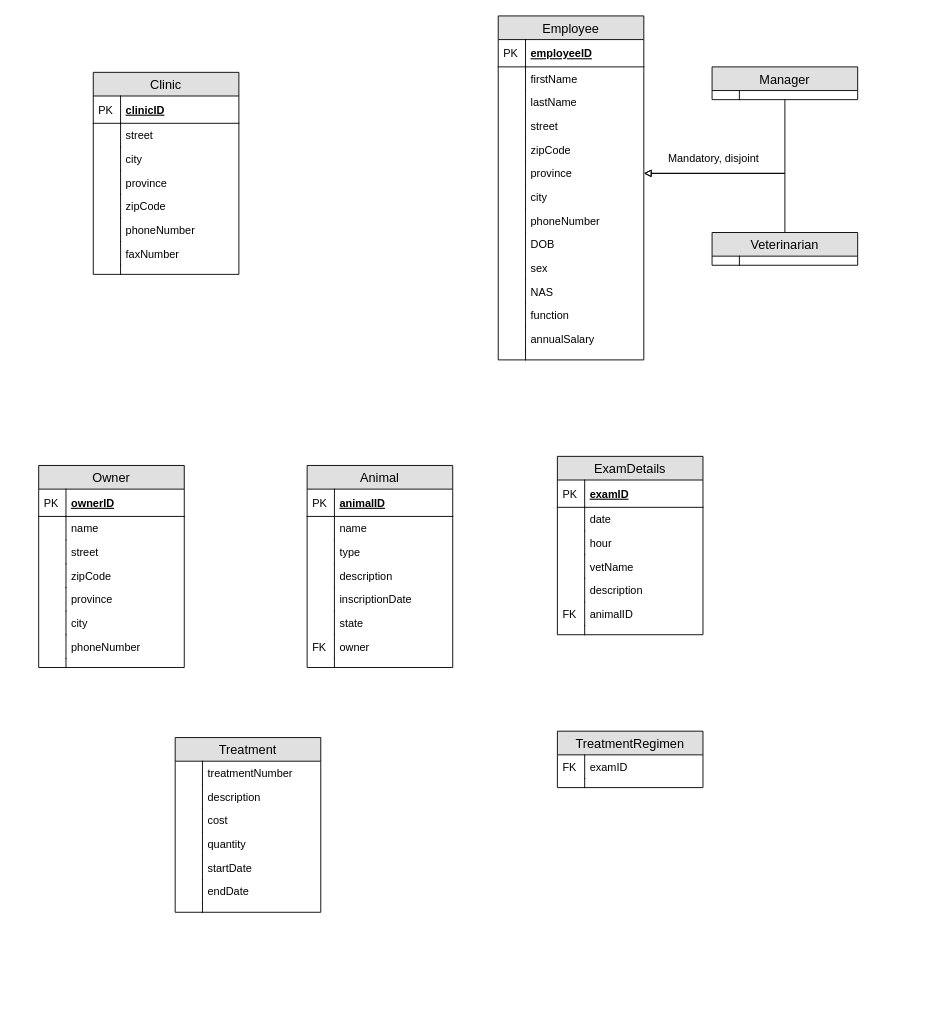
The draw.io diagram tp5/tp5_UML.drawio in gabrielhv/INF3710, before the edit. Source tidied: cells renumbered, new cells numbered last; positions are measured from the earlier drawing's top-left corner, leaving out a move shared by most shapes. Both pictures are drawn from the tidied source at 91%, with x=0, y=0 at pixel (38, 15).
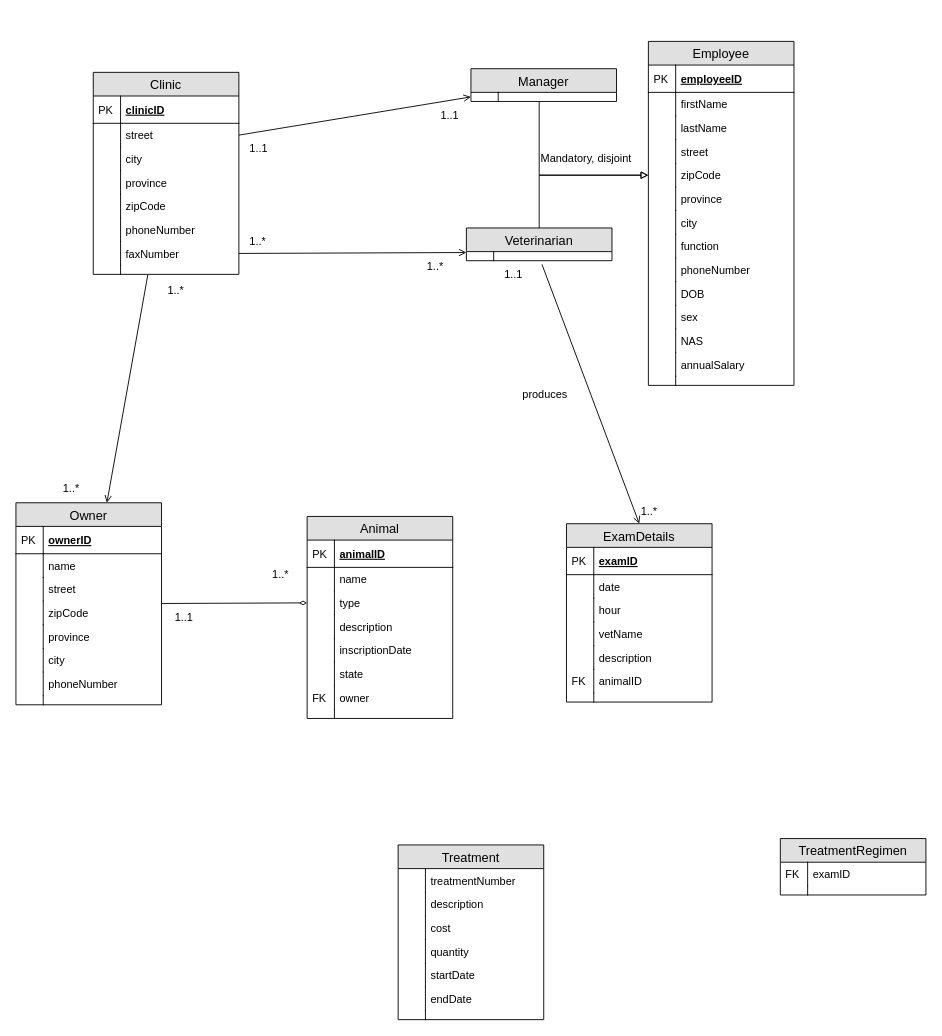
After the change.

Unchanged cells that the change refers to:
```xml
<mxCell id="2" value="Clinic" style="swimlane;fontStyle=0;horizontal=1;startSize=26;fillColor=#e0e0e0;swimlaneFillColor=#ffffff;align=center;fontSize=14;" parent="1" vertex="1">
  <mxGeometry x="60" y="62" width="160" height="222" as="geometry" />
</mxCell>
<mxCell id="5" value="street" style="shape=partialRectangle;top=0;left=0;right=0;bottom=0;align=left;verticalAlign=top;fillColor=none;spacingLeft=34;spacingRight=4;overflow=hidden;points=[[0,0.5],[1,0.5]];portConstraint=eastwest;fontSize=12;" parent="2" vertex="1">
  <mxGeometry y="56" width="160" height="26" as="geometry" />
</mxCell>
<mxCell id="15" value="faxNumber" style="shape=partialRectangle;top=0;left=0;right=0;bottom=0;align=left;verticalAlign=top;fillColor=none;spacingLeft=34;spacingRight=4;overflow=hidden;points=[[0,0.5],[1,0.5]];portConstraint=eastwest;fontSize=12;" parent="2" vertex="1">
  <mxGeometry y="186" width="160" height="26" as="geometry" />
</mxCell>
<mxCell id="28" value="zipCode" style="shape=partialRectangle;top=0;left=0;right=0;bottom=0;align=left;verticalAlign=top;fillColor=none;spacingLeft=34;spacingRight=4;overflow=hidden;points=[[0,0.5],[1,0.5]];portConstraint=eastwest;fontSize=12;" parent="19" vertex="1">
  <mxGeometry y="134" width="160" height="26" as="geometry" />
</mxCell>
<mxCell id="30" value="province" style="shape=partialRectangle;top=0;left=0;right=0;bottom=0;align=left;verticalAlign=top;fillColor=none;spacingLeft=34;spacingRight=4;overflow=hidden;points=[[0,0.5],[1,0.5]];portConstraint=eastwest;fontSize=12;" parent="19" vertex="1">
  <mxGeometry y="160" width="160" height="26" as="geometry" />
</mxCell>
<mxCell id="70" value="type" style="shape=partialRectangle;top=0;left=0;right=0;bottom=0;align=left;verticalAlign=top;fillColor=none;spacingLeft=34;spacingRight=4;overflow=hidden;points=[[0,0.5],[1,0.5]];portConstraint=eastwest;fontSize=12;" parent="65" vertex="1">
  <mxGeometry y="82" width="160" height="26" as="geometry" />
</mxCell>
<mxCell id="118" style="shape=partialRectangle;top=0;left=0;right=0;bottom=0;align=left;verticalAlign=top;fillColor=none;spacingLeft=34;spacingRight=4;overflow=hidden;points=[[0,0.5],[1,0.5]];portConstraint=eastwest;fontSize=12;" parent="117" vertex="1">
  <mxGeometry y="26" width="160" height="10" as="geometry" />
</mxCell>
<mxCell id="122" style="shape=partialRectangle;top=0;left=0;right=0;bottom=0;align=left;verticalAlign=top;fillColor=none;spacingLeft=34;spacingRight=4;overflow=hidden;points=[[0,0.5],[1,0.5]];portConstraint=eastwest;fontSize=12;" parent="121" vertex="1">
  <mxGeometry y="26" width="160" height="10" as="geometry" />
</mxCell>
```

What changed in the source:
```diff
@@
+    <mxCell id="126" style="rounded=0;jettySize=auto;html=1;endArrow=open;endFill=0;" parent="1" edge="1" source="2" target="48">
+      <mxGeometry relative="1" as="geometry" />
+    </mxCell>
@@
     <mxCell id="19" value="Employee" style="swimlane;fontStyle=0;horizontal=1;startSize=26;fillColor=#e0e0e0;swimlaneFillColor=#ffffff;align=center;fontSize=14;" parent="1" vertex="1">
-      <mxGeometry x="505" width="160" height="378" as="geometry" />
+      <mxGeometry x="670" y="28" width="160" height="378" as="geometry" />
     </mxCell>
@@
+    <mxCell id="42" value="function" style="shape=partialRectangle;top=0;left=0;right=0;bottom=0;align=left;verticalAlign=top;fillColor=none;spacingLeft=34;spacingRight=4;overflow=hidden;fontSize=12;" parent="19" vertex="1">
+      <mxGeometry y="212" width="160" height="26" as="geometry" />
+    </mxCell>
+    <mxCell id="43" style="shape=partialRectangle;top=0;left=0;bottom=0;fillColor=none;align=left;verticalAlign=top;spacingLeft=4;spacingRight=4;overflow=hidden;fontSize=12;" parent="42" vertex="1">
+      <mxGeometry width="30" height="26" as="geometry" />
+    </mxCell>
     <mxCell id="34" value="phoneNumber" style="shape=partialRectangle;top=0;left=0;right=0;bottom=0;align=left;verticalAlign=top;fillColor=none;spacingLeft=34;spacingRight=4;overflow=hidden;fontSize=12;" parent="19" vertex="1">
-      <mxGeometry y="212" width="160" height="26" as="geometry" />
+      <mxGeometry y="238" width="160" height="26" as="geometry" />
     </mxCell>
@@
     <mxCell id="36" value="DOB" style="shape=partialRectangle;top=0;left=0;right=0;bottom=0;align=left;verticalAlign=top;fillColor=none;spacingLeft=34;spacingRight=4;overflow=hidden;fontSize=12;" parent="19" vertex="1">
-      <mxGeometry y="238" width="160" height="26" as="geometry" />
+      <mxGeometry y="264" width="160" height="26" as="geometry" />
     </mxCell>
@@
     <mxCell id="38" value="sex" style="shape=partialRectangle;top=0;left=0;right=0;bottom=0;align=left;verticalAlign=top;fillColor=none;spacingLeft=34;spacingRight=4;overflow=hidden;fontSize=12;" parent="19" vertex="1">
-      <mxGeometry y="264" width="160" height="26" as="geometry" />
+      <mxGeometry y="290" width="160" height="26" as="geometry" />
     </mxCell>
@@
     <mxCell id="40" value="NAS" style="shape=partialRectangle;top=0;left=0;right=0;bottom=0;align=left;verticalAlign=top;fillColor=none;spacingLeft=34;spacingRight=4;overflow=hidden;fontSize=12;" parent="19" vertex="1">
-      <mxGeometry y="290" width="160" height="26" as="geometry" />
+      <mxGeometry y="316" width="160" height="26" as="geometry" />
     </mxCell>
@@
-    <mxCell id="42" value="function" style="shape=partialRectangle;top=0;left=0;right=0;bottom=0;align=left;verticalAlign=top;fillColor=none;spacingLeft=34;spacingRight=4;overflow=hidden;fontSize=12;" parent="19" vertex="1">
-      <mxGeometry y="316" width="160" height="26" as="geometry" />
-    </mxCell>
-    <mxCell id="43" style="shape=partialRectangle;top=0;left=0;bottom=0;fillColor=none;align=left;verticalAlign=top;spacingLeft=4;spacingRight=4;overflow=hidden;fontSize=12;" parent="42" vertex="1">
-      <mxGeometry width="30" height="26" as="geometry" />
-    </mxCell>
@@
+    <mxCell id="127" style="edgeStyle=none;rounded=0;jettySize=auto;html=1;entryX=0;entryY=0.5;entryDx=0;entryDy=0;endArrow=diamondThin;endFill=0;startSize=6;strokeWidth=1;shadow=0;comic=0;" parent="1" edge="1" source="48" target="70">
+      <mxGeometry relative="1" as="geometry" />
+    </mxCell>
     <mxCell id="48" value="Owner" style="swimlane;fontStyle=0;horizontal=1;startSize=26;fillColor=#e0e0e0;swimlaneFillColor=#ffffff;align=center;fontSize=14;" parent="1" vertex="1">
-      <mxGeometry y="494" width="160" height="222" as="geometry" />
+      <mxGeometry x="-25" y="535" width="160" height="222" as="geometry" />
     </mxCell>
@@
     <mxCell id="65" value="Animal" style="swimlane;fontStyle=0;horizontal=1;startSize=26;fillColor=#e0e0e0;swimlaneFillColor=#ffffff;align=center;fontSize=14;" parent="1" vertex="1">
-      <mxGeometry x="295" y="494" width="160" height="222" as="geometry" />
+      <mxGeometry x="295" y="550" width="160" height="222" as="geometry" />
     </mxCell>
@@
     <mxCell id="82" value="ExamDetails" style="swimlane;fontStyle=0;horizontal=1;startSize=26;fillColor=#e0e0e0;swimlaneFillColor=#ffffff;align=center;fontSize=14;" parent="1" vertex="1">
-      <mxGeometry x="570" y="484" width="160" height="196" as="geometry" />
+      <mxGeometry x="580" y="558" width="160" height="196" as="geometry" />
     </mxCell>
@@
     <mxCell id="97" value="Treatment" style="swimlane;fontStyle=0;horizontal=1;startSize=26;fillColor=#e0e0e0;swimlaneFillColor=#ffffff;align=center;fontSize=14;" parent="1" vertex="1">
-      <mxGeometry x="150" y="793" width="160" height="192" as="geometry" />
+      <mxGeometry x="395" y="911" width="160" height="192" as="geometry" />
     </mxCell>
@@
     <mxCell id="112" value="TreatmentRegimen" style="swimlane;fontStyle=0;horizontal=1;startSize=26;fillColor=#e0e0e0;swimlaneFillColor=#ffffff;align=center;fontSize=14;" parent="1" vertex="1">
-      <mxGeometry x="570" y="786" width="160" height="62" as="geometry" />
+      <mxGeometry x="815" y="904" width="160" height="62" as="geometry" />
     </mxCell>
@@
+    <mxCell id="128" style="rounded=0;jettySize=auto;html=1;endArrow=block;endFill=0;entryX=0;entryY=0.5;entryDx=0;entryDy=0;edgeStyle=orthogonalEdgeStyle;elbow=vertical;" parent="1" edge="1" source="117" target="28">
+      <mxGeometry relative="1" as="geometry">
+        <Array as="points">
+          <mxPoint x="550" y="175" />
+        </Array>
+      </mxGeometry>
+    </mxCell>
     <mxCell id="117" value="Manager" style="swimlane;fontStyle=0;horizontal=1;startSize=26;fillColor=#e0e0e0;swimlaneFillColor=#ffffff;align=center;fontSize=14;" parent="1" vertex="1">
-      <mxGeometry x="740" y="56" width="160" height="36" as="geometry" />
+      <mxGeometry x="475" y="58" width="160" height="36" as="geometry" />
     </mxCell>
@@
-    <mxCell id="120" style="edgeStyle=orthogonalEdgeStyle;rounded=0;jettySize=auto;html=1;endArrow=block;endFill=0;" parent="1" edge="1" source="121" target="30">
-      <mxGeometry relative="1" as="geometry">
-        <Array as="points">
-          <mxPoint x="820" y="173" />
-        </Array>
-      </mxGeometry>
+    <mxCell id="120" style="edgeStyle=orthogonalEdgeStyle;rounded=0;jettySize=auto;html=1;endArrow=block;endFill=0;entryX=0;entryY=0.5;entryDx=0;entryDy=0;" parent="1" edge="1" source="121" target="28">
+      <mxGeometry relative="1" as="geometry" />
     </mxCell>
     <mxCell id="121" value="Veterinarian" style="swimlane;fontStyle=0;horizontal=1;startSize=26;fillColor=#e0e0e0;swimlaneFillColor=#ffffff;align=center;fontSize=14;" parent="1" vertex="1">
-      <mxGeometry x="740" y="238" width="160" height="36" as="geometry" />
+      <mxGeometry x="470" y="233" width="160" height="36" as="geometry" />
     </mxCell>
@@
-    <mxCell id="124" style="edgeStyle=orthogonalEdgeStyle;rounded=0;jettySize=auto;html=1;endArrow=block;endFill=0;entryX=1;entryY=0.5;entryDx=0;entryDy=0;" parent="1" edge="1" source="117" target="30">
-      <mxGeometry relative="1" as="geometry">
-        <Array as="points">
-          <mxPoint x="820" y="173" />
-        </Array>
-      </mxGeometry>
-    </mxCell>
     <mxCell id="125" value="Mandatory, disjoint" style="text;html=1;align=left;verticalAlign=top;spacingTop=-4;" parent="1" vertex="1">
-      <mxGeometry x="690" y="147" width="120" height="20" as="geometry" />
+      <mxGeometry x="550" y="147" width="120" height="20" as="geometry" />
     </mxCell>
+    <mxCell id="129" style="rounded=0;jettySize=auto;html=1;entryX=0;entryY=0.5;entryDx=0;entryDy=0;endArrow=open;endFill=0;exitX=1;exitY=0.5;exitDx=0;exitDy=0;" parent="1" edge="1" source="5" target="118">
+      <mxGeometry relative="1" as="geometry" />
+    </mxCell>
+    <mxCell id="130" style="edgeStyle=none;rounded=0;jettySize=auto;html=1;entryX=0;entryY=0.75;entryDx=0;entryDy=0;endArrow=open;endFill=0;exitX=1;exitY=0.5;exitDx=0;exitDy=0;" parent="1" edge="1" source="15" target="121">
+      <mxGeometry relative="1" as="geometry" />
+    </mxCell>
+    <mxCell id="131" value="1..1" style="text;html=1;align=left;verticalAlign=top;spacingTop=-4;" parent="1" vertex="1">
+      <mxGeometry x="230" y="136" width="40" height="20" as="geometry" />
+    </mxCell>
+    <mxCell id="132" value="&lt;div&gt;1..*&lt;/div&gt;" style="text;html=1;align=left;verticalAlign=top;spacingTop=-4;" parent="1" vertex="1">
+      <mxGeometry x="230" y="238" width="30" height="20" as="geometry" />
+    </mxCell>
+    <mxCell id="133" value="1..*" style="text;html=1;align=left;verticalAlign=top;spacingTop=-4;" parent="1" vertex="1">
+      <mxGeometry x="425" y="266" width="30" height="20" as="geometry" />
+    </mxCell>
+    <mxCell id="134" value="1..1" style="text;html=1;align=left;verticalAlign=top;spacingTop=-4;" parent="1" vertex="1">
+      <mxGeometry x="440" y="100" width="40" height="20" as="geometry" />
+    </mxCell>
+    <mxCell id="135" style="edgeStyle=none;rounded=0;comic=0;jettySize=auto;html=1;entryX=0.5;entryY=0;entryDx=0;entryDy=0;shadow=0;startSize=6;endArrow=open;endFill=0;strokeWidth=1;exitX=0.519;exitY=1.4;exitDx=0;exitDy=0;exitPerimeter=0;" parent="1" edge="1" source="122" target="82">
+      <mxGeometry relative="1" as="geometry" />
+    </mxCell>
+    <mxCell id="136" value="&lt;div&gt;1..*&lt;/div&gt;" style="text;html=1;align=left;verticalAlign=top;spacingTop=-4;" parent="1" vertex="1">
+      <mxGeometry x="140" y="292" width="30" height="20" as="geometry" />
+    </mxCell>
+    <mxCell id="137" value="&lt;div&gt;1..*&lt;/div&gt;" style="text;html=1;align=left;verticalAlign=top;spacingTop=-4;" parent="1" vertex="1">
+      <mxGeometry x="25" y="510" width="30" height="20" as="geometry" />
+    </mxCell>
+    <mxCell id="138" value="&lt;div&gt;1..*&lt;/div&gt;" style="text;html=1;align=left;verticalAlign=top;spacingTop=-4;" parent="1" vertex="1">
+      <mxGeometry x="255" y="604" width="30" height="20" as="geometry" />
+    </mxCell>
+    <mxCell id="139" value="1..1" style="text;html=1;align=left;verticalAlign=top;spacingTop=-4;" parent="1" vertex="1">
+      <mxGeometry x="148" y="651" width="40" height="20" as="geometry" />
+    </mxCell>
+    <mxCell id="140" value="produces" style="text;html=1;align=left;verticalAlign=top;spacingTop=-4;" parent="1" vertex="1">
+      <mxGeometry x="530" y="406" width="70" height="20" as="geometry" />
+    </mxCell>
+    <mxCell id="141" value="1..1" style="text;html=1;align=left;verticalAlign=top;spacingTop=-4;" parent="1" vertex="1">
+      <mxGeometry x="510" y="274" width="40" height="20" as="geometry" />
+    </mxCell>
+    <mxCell id="142" value="1..*" style="text;html=1;align=left;verticalAlign=top;spacingTop=-4;" parent="1" vertex="1">
+      <mxGeometry x="660" y="535" width="30" height="20" as="geometry" />
+    </mxCell>
```
